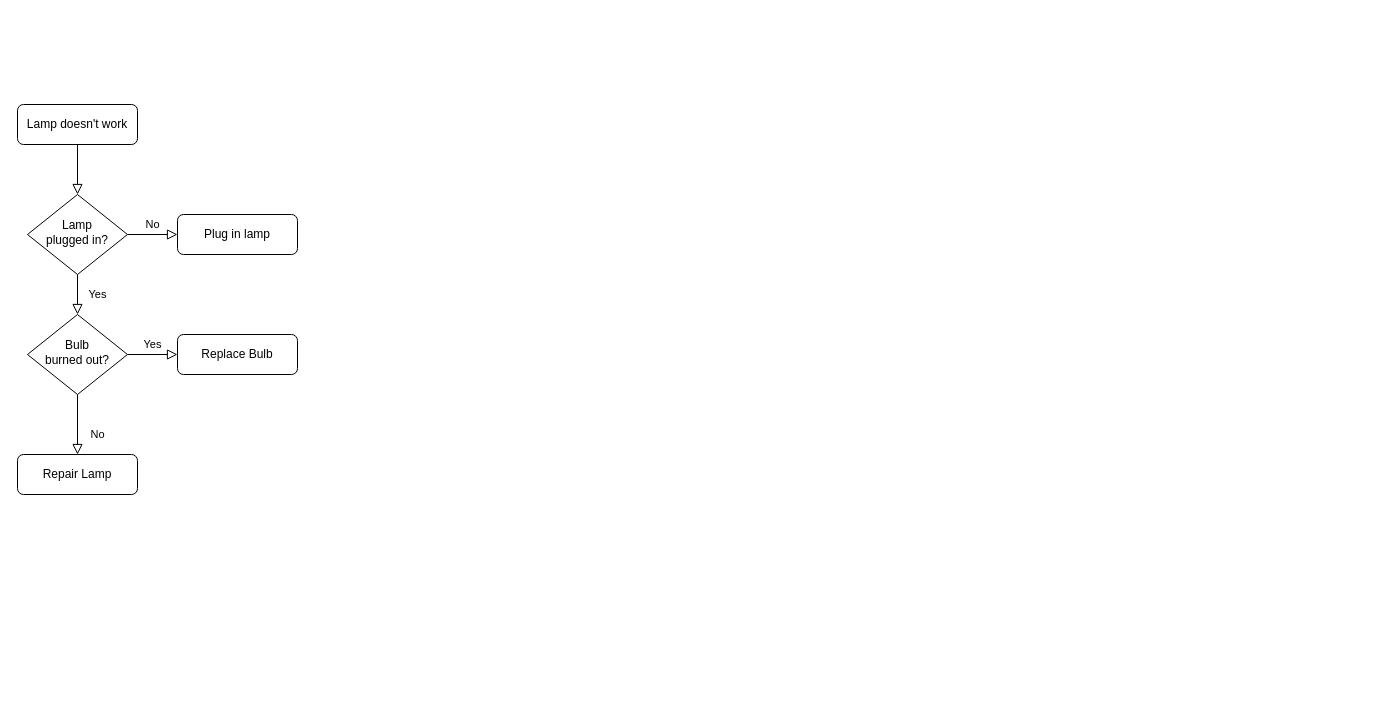
This is 新建并行工作流吧流程图.drawio from qf2020/drawio, a draw.io file, before an edit. Source tidied: cells renumbered, new cells numbered last; positions are measured from the earlier drawing's top-left corner, leaving out a move shared by most shapes. Both pictures are drawn from the tidied source at 100%, with x=0, y=0 at pixel (17, 104).
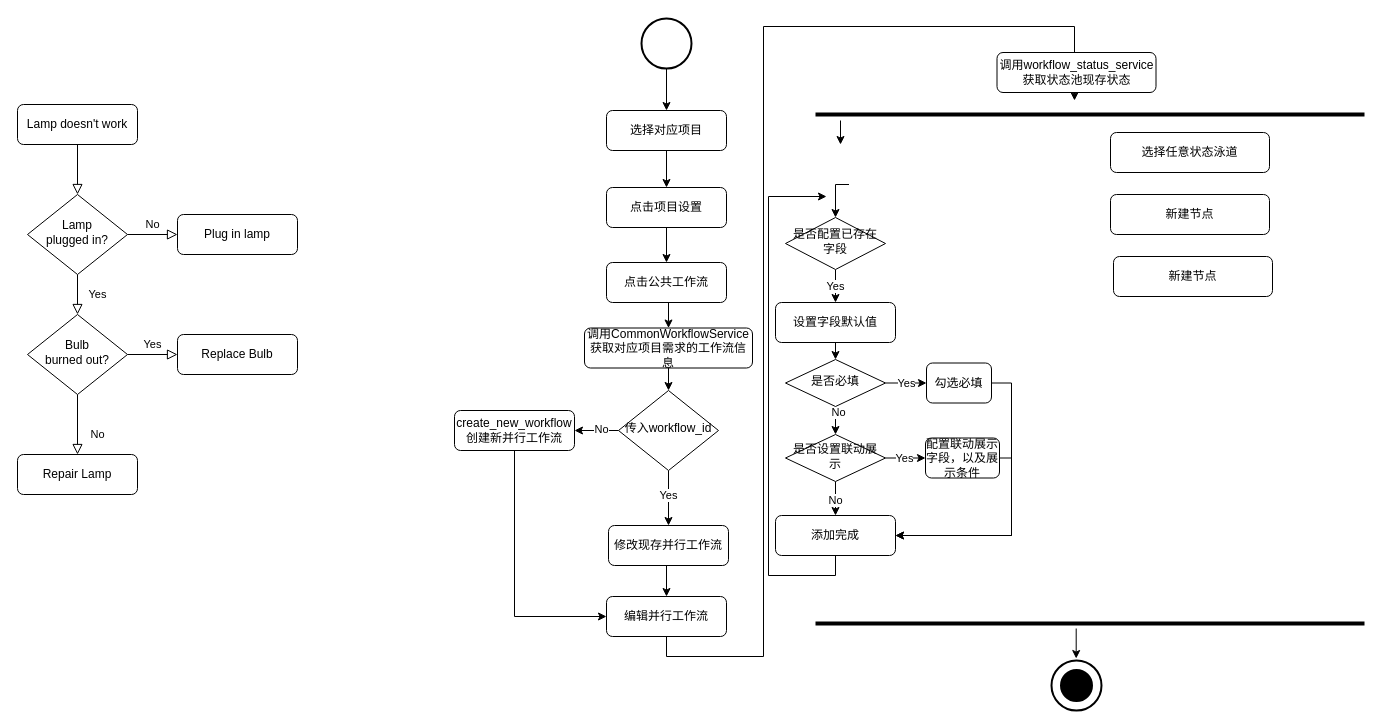
The same diagram, later.

Commit message:
更新新建并行工作流吧流程图.drawio

What changed in the source:
```diff
@@
+    <mxCell id="13" style="group;" parent="1" vertex="1">
+      <mxGeometry x="1034" y="556" width="50" height="50" as="geometry" />
+    </mxCell>
+    <mxCell id="14" style="strokeWidth=2;html=1;shape=mxgraph.flowchart.start_2;whiteSpace=wrap;" parent="13" vertex="1">
+      <mxGeometry width="50" height="50" as="geometry" />
+    </mxCell>
+    <mxCell id="15" style="strokeWidth=2;html=1;shape=mxgraph.flowchart.start_2;whiteSpace=wrap;fillColor=#000000;" parent="13" vertex="1">
+      <mxGeometry x="9.5" y="9.5" width="31" height="31" as="geometry" />
+    </mxCell>
+    <mxCell id="16" style="edgeStyle=orthogonalEdgeStyle;rounded=0;jettySize=auto;html=1;exitX=0.5;exitY=1;exitDx=0;exitDy=0;exitPerimeter=0;entryX=0.5;entryY=0;entryDx=0;entryDy=0;" parent="1" edge="1" source="17" target="19">
+      <mxGeometry relative="1" as="geometry" />
+    </mxCell>
+    <mxCell id="17" style="strokeWidth=2;html=1;shape=mxgraph.flowchart.start_2;whiteSpace=wrap;" parent="1" vertex="1">
+      <mxGeometry x="624" y="-86" width="50" height="50" as="geometry" />
+    </mxCell>
+    <mxCell id="18" style="edgeStyle=orthogonalEdgeStyle;rounded=0;jettySize=auto;html=1;exitX=0.5;exitY=1;exitDx=0;exitDy=0;entryX=0.5;entryY=0;entryDx=0;entryDy=0;" parent="1" edge="1" source="19" target="21">
+      <mxGeometry relative="1" as="geometry" />
+    </mxCell>
+    <mxCell id="19" value="选择对应项目" style="rounded=1;whiteSpace=wrap;html=1;fontSize=12;glass=0;strokeWidth=1;shadow=0;" parent="1" vertex="1">
+      <mxGeometry x="589" y="6" width="120" height="40" as="geometry" />
+    </mxCell>
+    <mxCell id="20" style="edgeStyle=orthogonalEdgeStyle;rounded=0;jettySize=auto;html=1;exitX=0.5;exitY=1;exitDx=0;exitDy=0;entryX=0.5;entryY=0;entryDx=0;entryDy=0;" parent="1" edge="1" source="21" target="23">
+      <mxGeometry relative="1" as="geometry" />
+    </mxCell>
+    <mxCell id="21" value="点击项目设置" style="rounded=1;whiteSpace=wrap;html=1;fontSize=12;glass=0;strokeWidth=1;shadow=0;" parent="1" vertex="1">
+      <mxGeometry x="589" y="83" width="120" height="40" as="geometry" />
+    </mxCell>
+    <mxCell id="22" style="edgeStyle=orthogonalEdgeStyle;rounded=0;jettySize=auto;html=1;exitX=0.5;exitY=1;exitDx=0;exitDy=0;entryX=0.5;entryY=0;entryDx=0;entryDy=0;" parent="1" edge="1" source="23" target="31">
+      <mxGeometry relative="1" as="geometry" />
+    </mxCell>
+    <mxCell id="23" value="点击公共工作流" style="rounded=1;whiteSpace=wrap;html=1;fontSize=12;glass=0;strokeWidth=1;shadow=0;" parent="1" vertex="1">
+      <mxGeometry x="589" y="158" width="120" height="40" as="geometry" />
+    </mxCell>
+    <mxCell id="24" style="edgeStyle=orthogonalEdgeStyle;rounded=0;jettySize=auto;html=1;exitX=0.5;exitY=1;exitDx=0;exitDy=0;entryX=0.5;entryY=0;entryDx=0;entryDy=0;" parent="1" edge="1" source="25">
+      <mxGeometry relative="1" as="geometry">
+        <mxPoint x="1057" y="-4" as="targetPoint" />
+        <Array as="points">
+          <mxPoint x="649" y="552" />
+          <mxPoint x="746" y="552" />
+          <mxPoint x="746" y="-78" />
+          <mxPoint x="1057" y="-78" />
+        </Array>
+      </mxGeometry>
+    </mxCell>
+    <mxCell id="25" value="编辑并行工作流" style="rounded=1;whiteSpace=wrap;html=1;fontSize=12;glass=0;strokeWidth=1;shadow=0;" parent="1" vertex="1">
+      <mxGeometry x="589" y="492" width="120" height="40" as="geometry" />
+    </mxCell>
+    <mxCell id="26" style="edgeStyle=orthogonalEdgeStyle;rounded=0;jettySize=auto;html=1;exitX=0.5;exitY=1;exitDx=0;exitDy=0;entryX=0;entryY=0.5;entryDx=0;entryDy=0;" parent="1" edge="1" source="27" target="25">
+      <mxGeometry relative="1" as="geometry" />
+    </mxCell>
+    <mxCell id="27" value="create_new_workflow&lt;div&gt;创建新并行工作流&lt;/div&gt;" style="rounded=1;whiteSpace=wrap;html=1;fontSize=12;glass=0;strokeWidth=1;shadow=0;" parent="1" vertex="1">
+      <mxGeometry x="437" y="306" width="120" height="40" as="geometry" />
+    </mxCell>
+    <mxCell id="28" style="edgeStyle=orthogonalEdgeStyle;rounded=0;jettySize=auto;html=1;exitX=0.5;exitY=1;exitDx=0;exitDy=0;entryX=0.5;entryY=0;entryDx=0;entryDy=0;" parent="1" edge="1" source="29" target="25">
+      <mxGeometry relative="1" as="geometry" />
+    </mxCell>
+    <mxCell id="29" value="修改现存并行工作流" style="rounded=1;whiteSpace=wrap;html=1;fontSize=12;glass=0;strokeWidth=1;shadow=0;" parent="1" vertex="1">
+      <mxGeometry x="591" y="421" width="120" height="40" as="geometry" />
+    </mxCell>
+    <mxCell id="30" style="edgeStyle=orthogonalEdgeStyle;rounded=0;jettySize=auto;html=1;exitX=0.5;exitY=1;exitDx=0;exitDy=0;entryX=0.5;entryY=0;entryDx=0;entryDy=0;" parent="1" edge="1" source="31" target="36">
+      <mxGeometry relative="1" as="geometry" />
+    </mxCell>
+    <mxCell id="31" value="调用CommonWorkflowService获取对应项目需求的工作流信息" style="rounded=1;whiteSpace=wrap;html=1;fontSize=12;glass=0;strokeWidth=1;shadow=0;" parent="1" vertex="1">
+      <mxGeometry x="567" y="223.5" width="168" height="40" as="geometry" />
+    </mxCell>
+    <mxCell id="32" style="edgeStyle=orthogonalEdgeStyle;rounded=0;jettySize=auto;html=1;exitX=0.5;exitY=1;exitDx=0;exitDy=0;entryX=0.5;entryY=0;entryDx=0;entryDy=0;" parent="1" edge="1" source="36" target="29">
+      <mxGeometry relative="1" as="geometry" />
+    </mxCell>
+    <mxCell id="33" value="Yes" style="edgeLabel;html=1;align=center;verticalAlign=middle;" parent="32" vertex="1">
+      <mxGeometry x="-0.13" y="-1" relative="1" as="geometry" />
+    </mxCell>
+    <mxCell id="34" style="edgeStyle=orthogonalEdgeStyle;rounded=0;jettySize=auto;html=1;exitX=0;exitY=0.5;exitDx=0;exitDy=0;entryX=1;entryY=0.5;entryDx=0;entryDy=0;" parent="1" edge="1" source="36" target="27">
+      <mxGeometry relative="1" as="geometry" />
+    </mxCell>
+    <mxCell id="35" value="No" style="edgeLabel;html=1;align=center;verticalAlign=middle;" parent="34" vertex="1">
+      <mxGeometry x="-0.16" y="-2" relative="1" as="geometry" />
+    </mxCell>
+    <mxCell id="36" value="传入workflow_id" style="rhombus;whiteSpace=wrap;html=1;shadow=0;fontFamily=Helvetica;fontSize=12;align=center;strokeWidth=1;spacing=6;spacingTop=-4;" parent="1" vertex="1">
+      <mxGeometry x="601" y="286" width="100" height="80" as="geometry" />
+    </mxCell>
+    <mxCell id="37" style="endArrow=none;html=1;rounded=0;strokeWidth=4;" parent="1" edge="1">
+      <mxGeometry relative="1" as="geometry">
+        <mxPoint x="798" y="10" as="sourcePoint" />
+        <mxPoint x="1347" y="10" as="targetPoint" />
+      </mxGeometry>
+    </mxCell>
+    <mxCell id="38" style="endArrow=none;html=1;rounded=0;strokeWidth=4;" parent="1" edge="1">
+      <mxGeometry relative="1" as="geometry">
+        <mxPoint x="798" y="519" as="sourcePoint" />
+        <mxPoint x="1347" y="519" as="targetPoint" />
+      </mxGeometry>
+    </mxCell>
+    <mxCell id="39" style="edgeStyle=orthogonalEdgeStyle;rounded=0;jettySize=auto;html=1;exitX=0.5;exitY=1;exitDx=0;exitDy=0;entryX=0.5;entryY=0;entryDx=0;entryDy=0;" parent="1" edge="1" source="40" target="48">
+      <mxGeometry relative="1" as="geometry" />
+    </mxCell>
+    <mxCell id="40" value="设置字段默认值" style="rounded=1;whiteSpace=wrap;html=1;fontSize=12;glass=0;strokeWidth=1;shadow=0;" parent="1" vertex="1">
+      <mxGeometry x="758" y="198" width="120" height="40" as="geometry" />
+    </mxCell>
+    <mxCell id="41" value="Yes" style="edgeStyle=orthogonalEdgeStyle;rounded=0;jettySize=auto;html=1;exitX=0.5;exitY=1;exitDx=0;exitDy=0;entryX=0.5;entryY=0;entryDx=0;entryDy=0;" parent="1" edge="1" source="42" target="40">
+      <mxGeometry relative="1" as="geometry" />
+    </mxCell>
+    <mxCell id="42" value="是否配置已存在字段" style="rhombus;whiteSpace=wrap;html=1;shadow=0;fontFamily=Helvetica;fontSize=12;align=center;strokeWidth=1;spacing=6;spacingTop=-4;" parent="1" vertex="1">
+      <mxGeometry x="768" y="113" width="100" height="52" as="geometry" />
+    </mxCell>
+    <mxCell id="43" style="rounded=0;jettySize=auto;html=1;exitX=0.5;exitY=1;exitDx=0;exitDy=0;elbow=vertical;edgeStyle=orthogonalEdgeStyle;" parent="1" edge="1" source="44">
+      <mxGeometry relative="1" as="geometry">
+        <mxPoint x="809" y="92" as="targetPoint" />
+        <Array as="points">
+          <mxPoint x="818" y="471" />
+          <mxPoint x="751" y="471" />
+          <mxPoint x="751" y="92" />
+        </Array>
+      </mxGeometry>
+    </mxCell>
+    <mxCell id="44" value="添加完成" style="rounded=1;whiteSpace=wrap;html=1;fontSize=12;glass=0;strokeWidth=1;shadow=0;" parent="1" vertex="1">
+      <mxGeometry x="758" y="411" width="120" height="40" as="geometry" />
+    </mxCell>
+    <mxCell id="45" style="edgeStyle=orthogonalEdgeStyle;rounded=0;jettySize=auto;html=1;exitX=0.5;exitY=1;exitDx=0;exitDy=0;entryX=0.5;entryY=0;entryDx=0;entryDy=0;" parent="1" edge="1" source="48" target="53">
+      <mxGeometry relative="1" as="geometry" />
+    </mxCell>
+    <mxCell id="46" value="No" style="edgeLabel;html=1;align=center;verticalAlign=middle;" parent="45" vertex="1">
+      <mxGeometry x="-0.65" y="2" relative="1" as="geometry" />
+    </mxCell>
+    <mxCell id="47" value="Yes" style="edgeStyle=orthogonalEdgeStyle;rounded=0;jettySize=auto;html=1;exitX=1;exitY=0.5;exitDx=0;exitDy=0;entryX=0;entryY=0.5;entryDx=0;entryDy=0;" parent="1" edge="1" source="48" target="55">
+      <mxGeometry relative="1" as="geometry" />
+    </mxCell>
+    <mxCell id="48" value="是否必填" style="rhombus;whiteSpace=wrap;html=1;shadow=0;fontFamily=Helvetica;fontSize=12;align=center;strokeWidth=1;spacing=6;spacingTop=-4;" parent="1" vertex="1">
+      <mxGeometry x="768" y="255" width="100" height="47" as="geometry" />
+    </mxCell>
+    <mxCell id="49" style="edgeStyle=orthogonalEdgeStyle;rounded=0;jettySize=auto;html=1;exitX=0.5;exitY=1;exitDx=0;exitDy=0;entryX=0.5;entryY=0;entryDx=0;entryDy=0;" parent="1" edge="1" source="53" target="44">
+      <mxGeometry relative="1" as="geometry" />
+    </mxCell>
+    <mxCell id="50" value="No" style="edgeLabel;html=1;align=center;verticalAlign=middle;" parent="49" vertex="1">
+      <mxGeometry x="0.01" y="-1" relative="1" as="geometry">
+        <mxPoint y="1" as="offset" />
+      </mxGeometry>
+    </mxCell>
+    <mxCell id="51" style="edgeStyle=orthogonalEdgeStyle;rounded=0;jettySize=auto;html=1;exitX=1;exitY=0.5;exitDx=0;exitDy=0;entryX=0;entryY=0.5;entryDx=0;entryDy=0;" parent="1" edge="1" source="53" target="57">
+      <mxGeometry relative="1" as="geometry" />
+    </mxCell>
+    <mxCell id="52" value="Yes" style="edgeLabel;html=1;align=center;verticalAlign=middle;" parent="51" vertex="1">
+      <mxGeometry x="-0.1" relative="1" as="geometry" />
+    </mxCell>
+    <mxCell id="53" value="是否设置联动展示" style="rhombus;whiteSpace=wrap;html=1;shadow=0;fontFamily=Helvetica;fontSize=12;align=center;strokeWidth=1;spacing=6;spacingTop=-4;" parent="1" vertex="1">
+      <mxGeometry x="768" y="330" width="100" height="47" as="geometry" />
+    </mxCell>
+    <mxCell id="54" style="edgeStyle=orthogonalEdgeStyle;rounded=0;jettySize=auto;html=1;exitX=1;exitY=0.5;exitDx=0;exitDy=0;entryX=1;entryY=0.5;entryDx=0;entryDy=0;" parent="1" edge="1" source="55" target="44">
+      <mxGeometry relative="1" as="geometry" />
+    </mxCell>
+    <mxCell id="55" value="勾选必填" style="rounded=1;whiteSpace=wrap;html=1;fontSize=12;glass=0;strokeWidth=1;shadow=0;" parent="1" vertex="1">
+      <mxGeometry x="909" y="258.5" width="65" height="40" as="geometry" />
+    </mxCell>
+    <mxCell id="56" style="edgeStyle=orthogonalEdgeStyle;rounded=0;jettySize=auto;html=1;exitX=1;exitY=0.5;exitDx=0;exitDy=0;entryX=1;entryY=0.5;entryDx=0;entryDy=0;" parent="1" edge="1" source="57" target="44">
+      <mxGeometry relative="1" as="geometry">
+        <Array as="points">
+          <mxPoint x="994" y="354" />
+          <mxPoint x="994" y="431" />
+        </Array>
+      </mxGeometry>
+    </mxCell>
+    <mxCell id="57" value="配置联动展示字段，以及展示条件" style="rounded=1;whiteSpace=wrap;html=1;fontSize=12;glass=0;strokeWidth=1;shadow=0;" parent="1" vertex="1">
+      <mxGeometry x="908" y="333.5" width="74" height="40" as="geometry" />
+    </mxCell>
+    <mxCell id="58" style="endArrow=classic;html=1;rounded=0;entryX=0.5;entryY=0;entryDx=0;entryDy=0;" parent="1" edge="1">
+      <mxGeometry relative="1" as="geometry">
+        <mxPoint x="1058.7" y="524" as="sourcePoint" />
+        <mxPoint x="1058.7" y="554" as="targetPoint" />
+      </mxGeometry>
+    </mxCell>
+    <mxCell id="59" style="edgeStyle=orthogonalEdgeStyle;rounded=0;jettySize=auto;html=1;exitX=0.5;exitY=1;exitDx=0;exitDy=0;entryX=0.5;entryY=0;entryDx=0;entryDy=0;" parent="1" edge="1" target="42">
+      <mxGeometry relative="1" as="geometry">
+        <mxPoint x="831.5" y="80" as="sourcePoint" />
+      </mxGeometry>
+    </mxCell>
+    <mxCell id="60" style="endArrow=classic;html=1;rounded=0;" parent="1" edge="1">
+      <mxGeometry relative="1" as="geometry">
+        <mxPoint x="823" y="16" as="sourcePoint" />
+        <mxPoint x="823" y="40" as="targetPoint" />
+      </mxGeometry>
+    </mxCell>
+    <mxCell id="61" value="选择任意状态泳道" style="rounded=1;whiteSpace=wrap;html=1;fontSize=12;glass=0;strokeWidth=1;shadow=0;" parent="1" vertex="1">
+      <mxGeometry x="1093" y="28" width="159" height="40" as="geometry" />
+    </mxCell>
+    <mxCell id="62" value="调用workflow_status_service获取状态池现存状态" style="rounded=1;whiteSpace=wrap;html=1;fontSize=12;glass=0;strokeWidth=1;shadow=0;" parent="1" vertex="1">
+      <mxGeometry x="979.5" y="-52" width="159" height="40" as="geometry" />
+    </mxCell>
+    <mxCell id="63" value="新建节点" style="rounded=1;whiteSpace=wrap;html=1;fontSize=12;glass=0;strokeWidth=1;shadow=0;" parent="1" vertex="1">
+      <mxGeometry x="1093" y="90" width="159" height="40" as="geometry" />
+    </mxCell>
+    <mxCell id="64" value="新建节点" style="rounded=1;whiteSpace=wrap;html=1;fontSize=12;glass=0;strokeWidth=1;shadow=0;" parent="1" vertex="1">
+      <mxGeometry x="1096" y="152" width="159" height="40" as="geometry" />
+    </mxCell>
```
